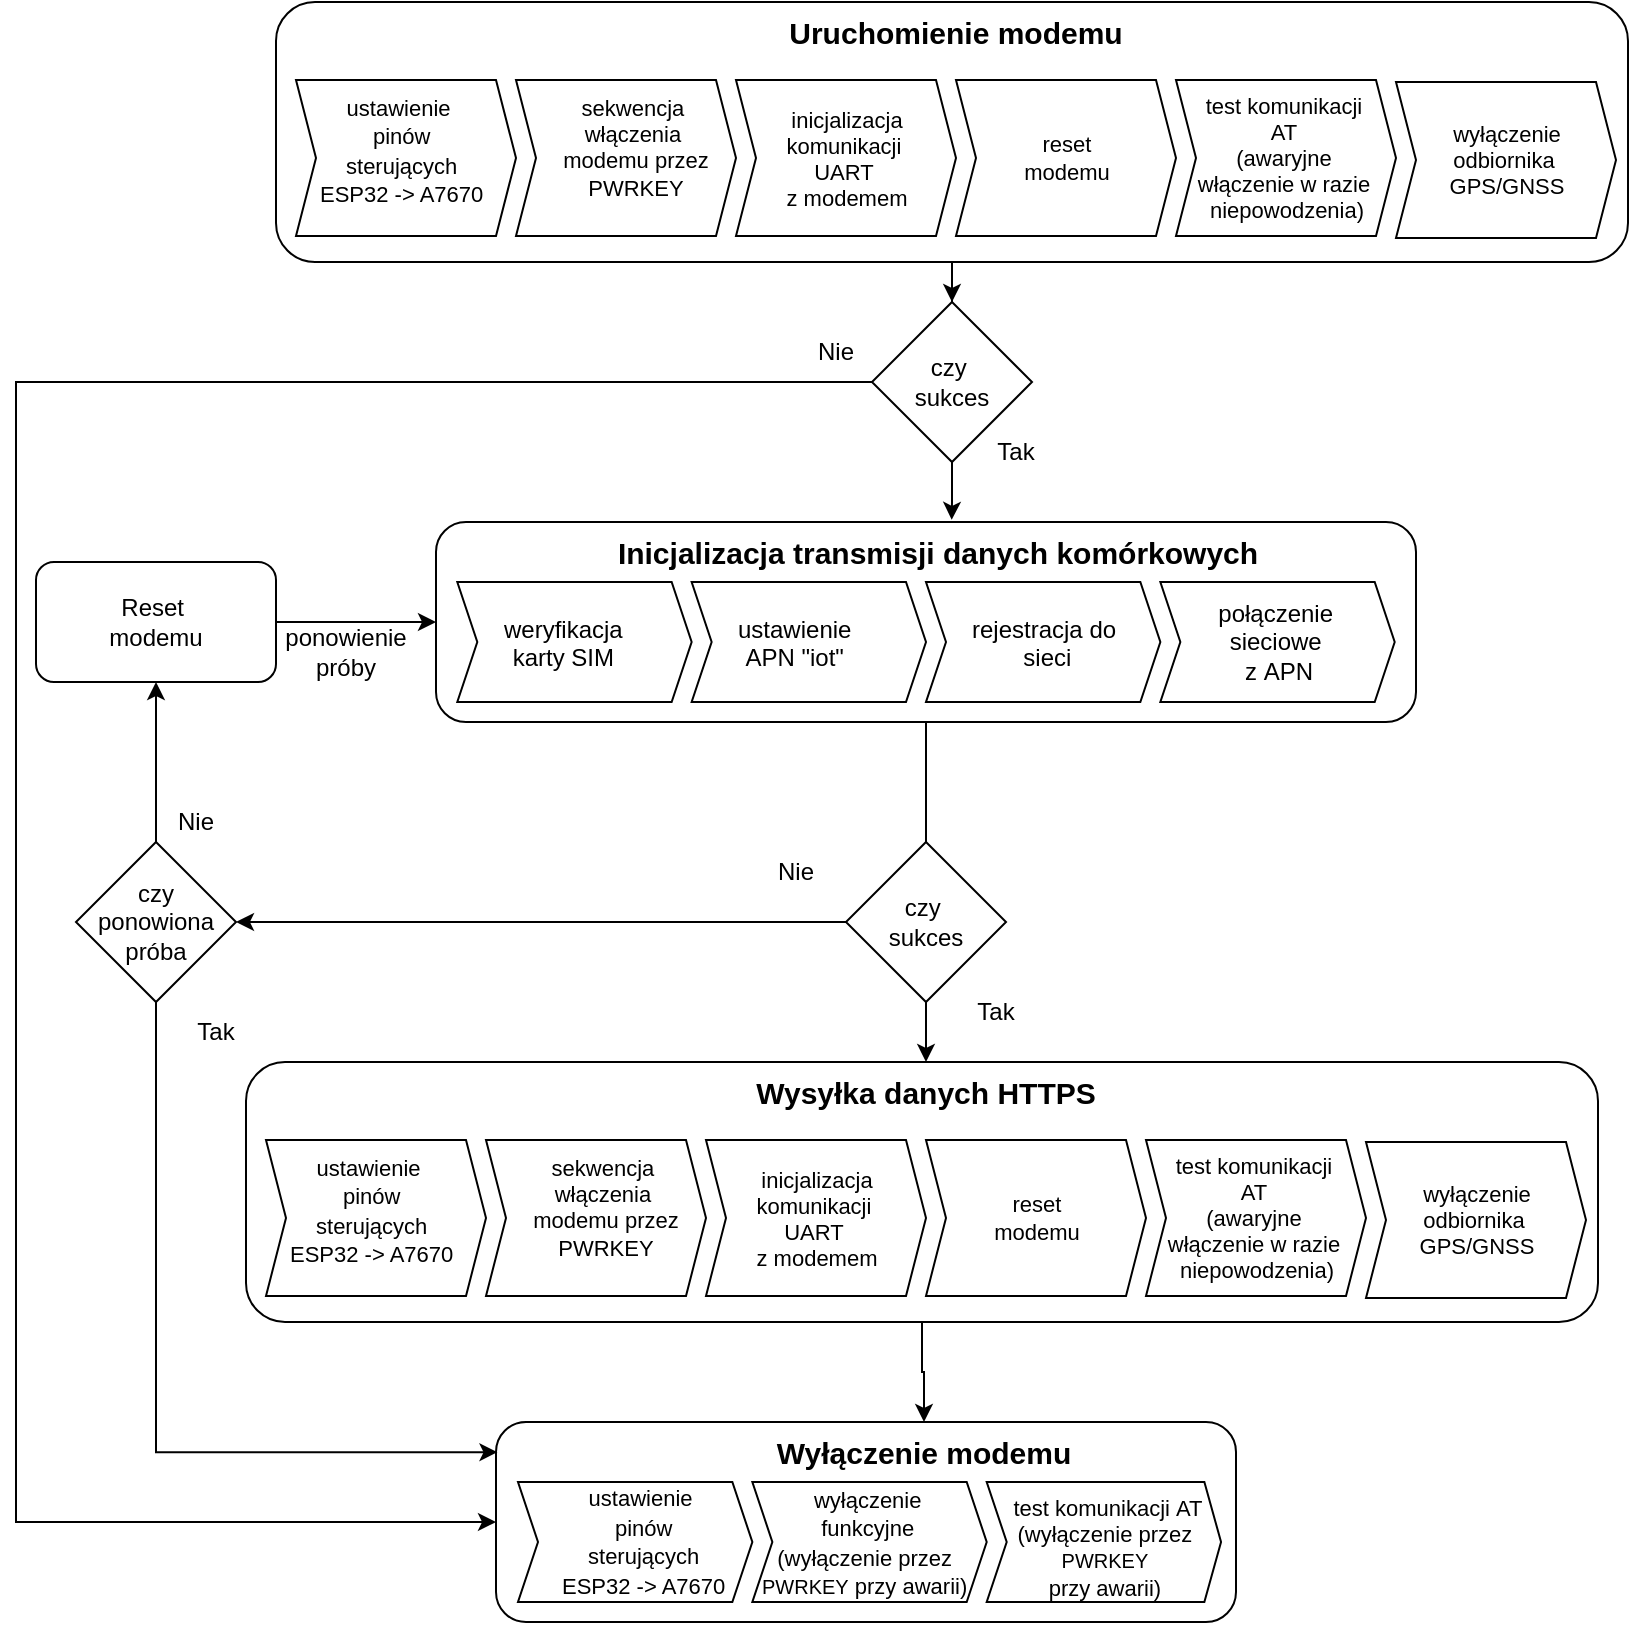
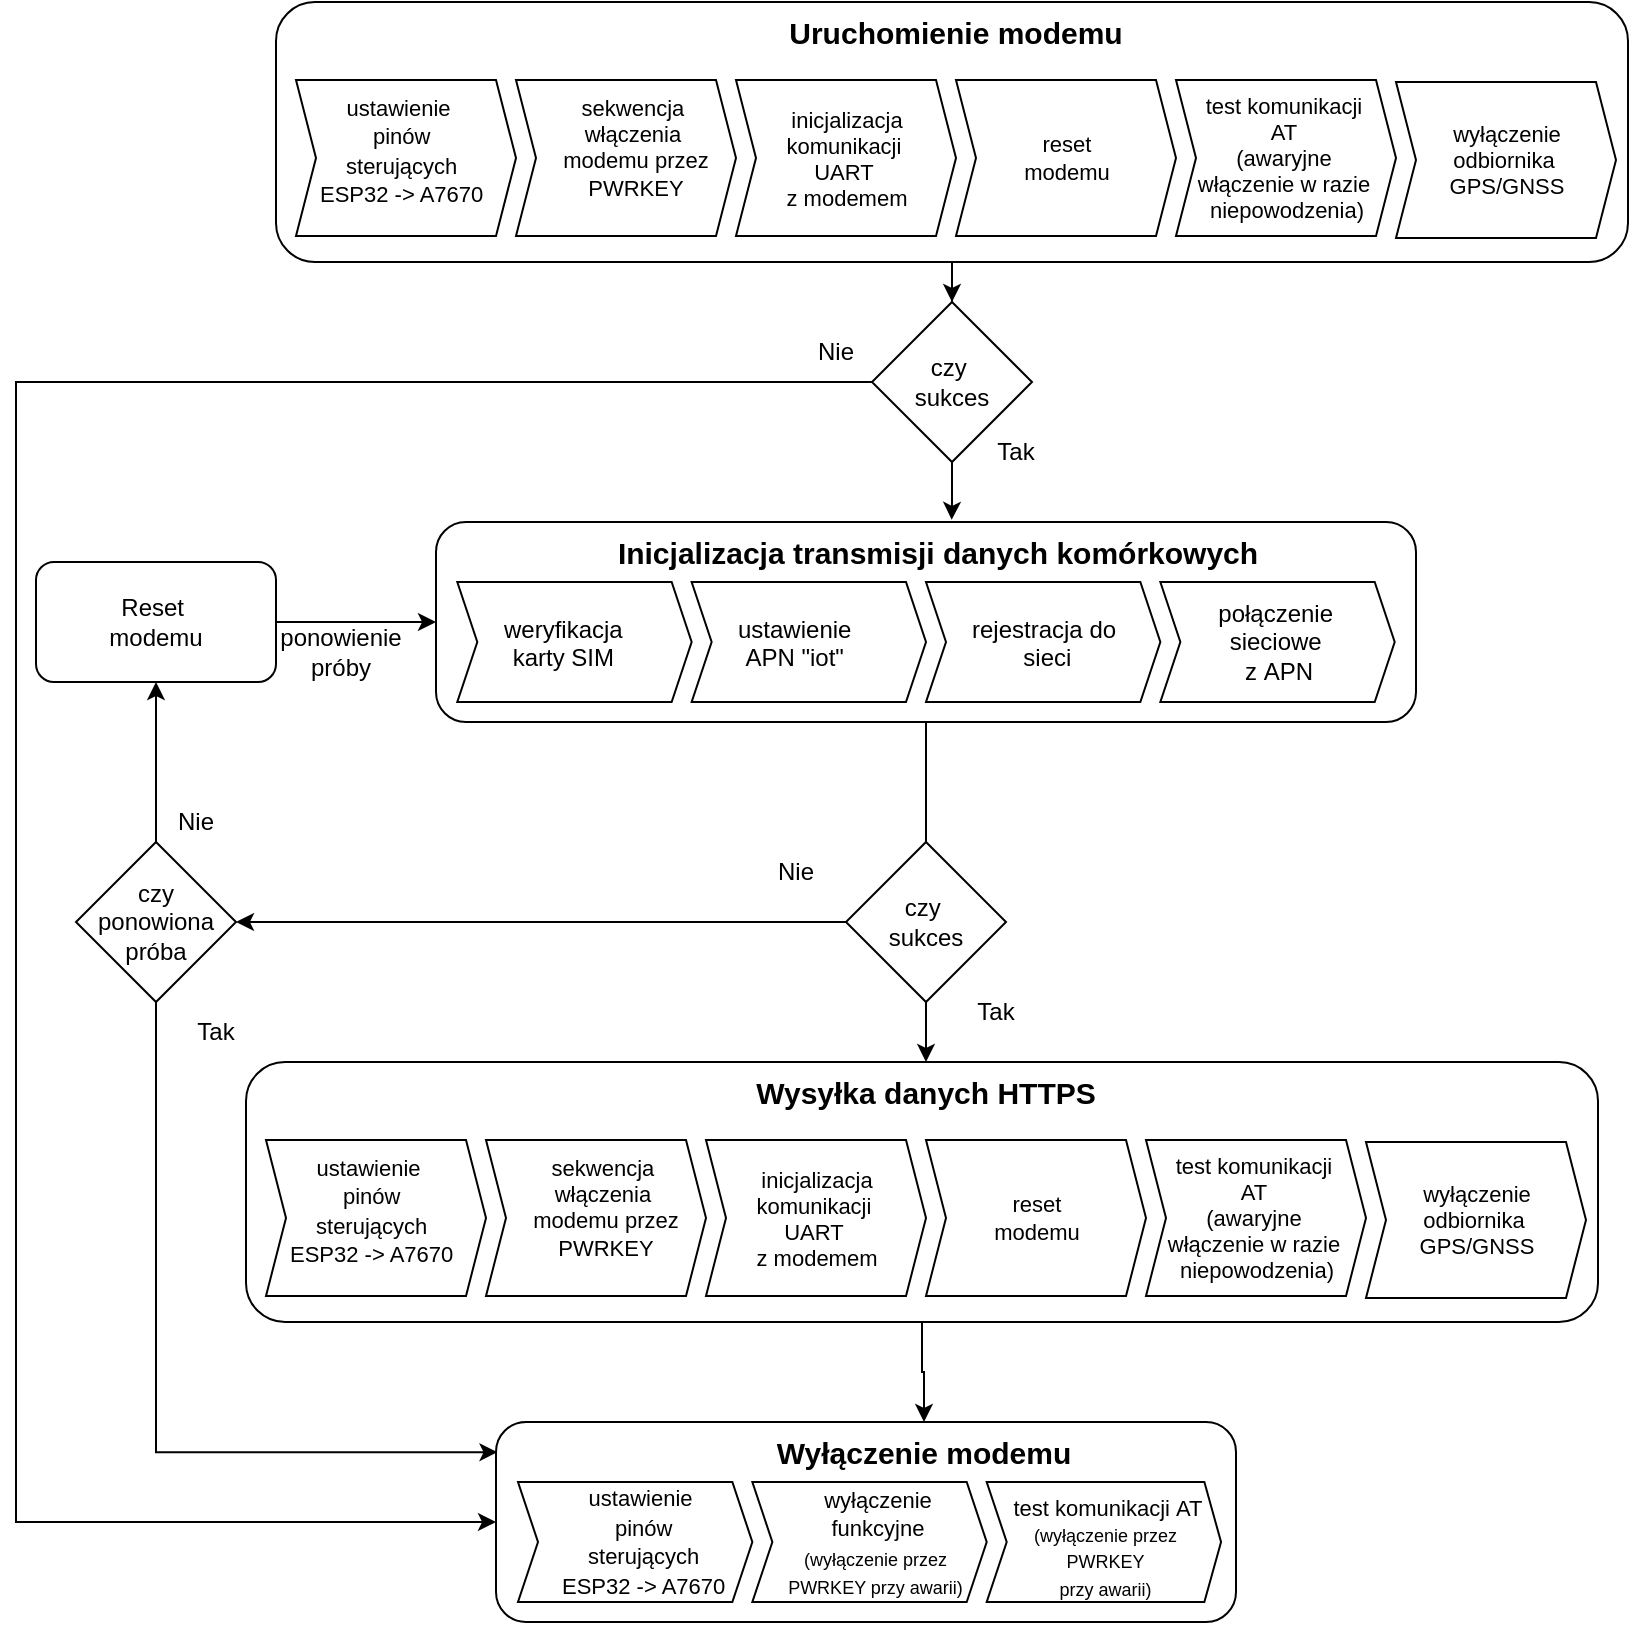
<mxfile host="app.diagrams.net">
  <diagram name="Strona-1" id="qUiWrLwNQSNPpPlMcjFA">
-     <mxGraphModel dx="831" dy="1979" grid="1" gridSize="10" guides="1" tooltips="1" connect="1" arrows="1" fold="1" page="1" pageScale="1" pageWidth="827" pageHeight="1169" math="0" shadow="0">
+     <mxGraphModel dx="578" dy="1732" grid="1" gridSize="10" guides="1" tooltips="1" connect="1" arrows="1" fold="1" page="1" pageScale="1" pageWidth="827" pageHeight="1169" math="0" shadow="0">
      <root>
        <mxCell id="0" />
        <mxCell id="1" parent="0" />
        <mxCell id="zzqq1YDTvUKB0URQ00NY-44" connectable="0" parent="1" style="group" value="" vertex="1">
          <mxGeometry height="100" width="490.6521739130435" x="650" y="110" as="geometry" />
        </mxCell>
        <mxCell id="zzqq1YDTvUKB0URQ00NY-41" parent="zzqq1YDTvUKB0URQ00NY-44" style="rounded=1;whiteSpace=wrap;html=1;fillColor=none;" value="" vertex="1">
          <mxGeometry height="100" width="490.0000000000001" as="geometry" />
        </mxCell>
        <mxCell id="zzqq1YDTvUKB0URQ00NY-43" connectable="0" parent="zzqq1YDTvUKB0URQ00NY-44" style="group" value="" vertex="1">
          <mxGeometry height="90" width="480" x="10.65217391304348" as="geometry" />
        </mxCell>
        <mxCell id="zzqq1YDTvUKB0URQ00NY-32" parent="zzqq1YDTvUKB0URQ00NY-43" style="html=1;shadow=0;dashed=0;align=center;verticalAlign=middle;shape=mxgraph.arrows2.arrow;dy=0;dx=10;notch=10;" value="" vertex="1">
          <mxGeometry height="60" width="117.17391304347828" y="30" as="geometry" />
        </mxCell>
        <mxCell id="zzqq1YDTvUKB0URQ00NY-34" parent="zzqq1YDTvUKB0URQ00NY-43" style="text;whiteSpace=wrap;html=1;" value="&lt;span style=&quot;caret-color: rgb(0, 0, 0); color: rgb(0, 0, 0); font-family: Helvetica; font-size: 12.000001px; font-style: normal; font-variant-caps: normal; font-weight: 400; letter-spacing: normal; orphans: 2; text-align: center; text-indent: 0px; text-transform: none; white-space: nowrap; widows: 2; word-spacing: 0px; -webkit-text-stroke-width: 0px; text-decoration-line: none; text-decoration-thickness: auto; text-decoration-style: solid;&quot;&gt;weryfikacja&lt;/span&gt;&lt;div style=&quot;caret-color: rgb(0, 0, 0); color: rgb(0, 0, 0); font-family: Helvetica; font-size: 12.000001px; font-style: normal; font-variant-caps: normal; font-weight: 400; letter-spacing: normal; orphans: 2; text-align: center; text-indent: 0px; text-transform: none; white-space: nowrap; widows: 2; word-spacing: 0px; -webkit-text-stroke-width: 0px; text-decoration-line: none; text-decoration-thickness: auto; text-decoration-style: solid;&quot;&gt;karty SIM&lt;/div&gt;" vertex="1">
          <mxGeometry height="50" width="95.86956521739131" x="21.30434782608696" y="40" as="geometry" />
        </mxCell>
        <mxCell id="zzqq1YDTvUKB0URQ00NY-35" parent="zzqq1YDTvUKB0URQ00NY-43" style="html=1;shadow=0;dashed=0;align=center;verticalAlign=middle;shape=mxgraph.arrows2.arrow;dy=0;dx=10;notch=10;" value="" vertex="1">
          <mxGeometry height="60" width="117.17391304347828" x="117.17391304347828" y="30" as="geometry" />
        </mxCell>
        <mxCell id="zzqq1YDTvUKB0URQ00NY-36" parent="zzqq1YDTvUKB0URQ00NY-43" style="text;whiteSpace=wrap;html=1;" value="&lt;div style=&quot;text-align: center;&quot;&gt;&lt;span style=&quot;font-size: 12px; caret-color: rgb(0, 0, 0); text-wrap-mode: nowrap;&quot;&gt;&lt;font color=&quot;#000000&quot;&gt;ustawienie&lt;/font&gt;&lt;/span&gt;&lt;/div&gt;&lt;div style=&quot;text-align: center;&quot;&gt;&lt;span style=&quot;font-size: 12px; caret-color: rgb(0, 0, 0); text-wrap-mode: nowrap;&quot;&gt;&lt;font color=&quot;#000000&quot;&gt;APN&amp;nbsp;&lt;/font&gt;&lt;/span&gt;&lt;span style=&quot;font-size: 12px; white-space: nowrap;&quot;&gt;&quot;iot&quot;&lt;/span&gt;&lt;/div&gt;" vertex="1">
          <mxGeometry height="50" width="95.86956521739131" x="138.47826086956525" y="40" as="geometry" />
        </mxCell>
        <mxCell id="zzqq1YDTvUKB0URQ00NY-37" parent="zzqq1YDTvUKB0URQ00NY-43" style="html=1;shadow=0;dashed=0;align=center;verticalAlign=middle;shape=mxgraph.arrows2.arrow;dy=0;dx=10;notch=10;" value="" vertex="1">
          <mxGeometry height="60" width="117.17391304347828" x="234.34782608695656" y="30" as="geometry" />
        </mxCell>
        <mxCell id="zzqq1YDTvUKB0URQ00NY-38" parent="zzqq1YDTvUKB0URQ00NY-43" style="text;whiteSpace=wrap;html=1;" value="&lt;div style=&quot;text-align: center;&quot;&gt;&lt;span style=&quot;caret-color: rgb(0, 0, 0); text-wrap-mode: nowrap;&quot;&gt;rejestracja do&amp;nbsp;&lt;/span&gt;&lt;/div&gt;&lt;div style=&quot;text-align: center;&quot;&gt;&lt;span style=&quot;caret-color: rgb(0, 0, 0); text-wrap-mode: nowrap;&quot;&gt;sieci&lt;/span&gt;&lt;/div&gt;" vertex="1">
          <mxGeometry height="50" width="95.86956521739131" x="255.6521739130435" y="40" as="geometry" />
        </mxCell>
        <mxCell id="zzqq1YDTvUKB0URQ00NY-39" parent="zzqq1YDTvUKB0URQ00NY-43" style="html=1;shadow=0;dashed=0;align=center;verticalAlign=middle;shape=mxgraph.arrows2.arrow;dy=0;dx=10;notch=10;" value="połączenie&amp;nbsp;&lt;div&gt;sieciowe&amp;nbsp;&lt;/div&gt;&lt;div&gt;z&amp;nbsp;&lt;span style=&quot;font-size: 12px;&quot;&gt;APN&lt;/span&gt;&lt;/div&gt;" vertex="1">
          <mxGeometry height="60" width="117.17391304347828" x="351.52173913043487" y="30" as="geometry" />
        </mxCell>
        <mxCell id="zzqq1YDTvUKB0URQ00NY-42" parent="zzqq1YDTvUKB0URQ00NY-43" style="text;whiteSpace=wrap;html=1;align=center;" value="&lt;div style=&quot;&quot;&gt;&lt;span style=&quot;&quot;&gt;&lt;b&gt;&lt;font style=&quot;font-size: 15px;&quot;&gt;Inicjalizacja transmisji danych komórkowych&lt;/font&gt;&lt;/b&gt;&lt;/span&gt;&lt;br&gt;&lt;/div&gt;" vertex="1">
          <mxGeometry height="50" width="480" as="geometry" />
        </mxCell>
        <mxCell id="zzqq1YDTvUKB0URQ00NY-64" connectable="0" parent="1" style="group" value="" vertex="1">
          <mxGeometry height="130" width="680" x="570" y="-150" as="geometry" />
        </mxCell>
        <mxCell id="zzqq1YDTvUKB0URQ00NY-47" parent="zzqq1YDTvUKB0URQ00NY-64" style="rounded=1;whiteSpace=wrap;html=1;fillColor=none;" value="" vertex="1">
          <mxGeometry height="130" width="676" as="geometry" />
        </mxCell>
        <mxCell id="zzqq1YDTvUKB0URQ00NY-63" connectable="0" parent="zzqq1YDTvUKB0URQ00NY-64" style="group" value="" vertex="1">
          <mxGeometry height="118" width="670" x="10" as="geometry" />
        </mxCell>
        <mxCell id="zzqq1YDTvUKB0URQ00NY-48" connectable="0" parent="zzqq1YDTvUKB0URQ00NY-63" style="group" value="" vertex="1">
          <mxGeometry height="117" width="670" as="geometry" />
        </mxCell>
        <mxCell id="zzqq1YDTvUKB0URQ00NY-49" parent="zzqq1YDTvUKB0URQ00NY-48" style="html=1;shadow=0;dashed=0;align=center;verticalAlign=middle;shape=mxgraph.arrows2.arrow;dy=0;dx=10;notch=10;" value="" vertex="1">
          <mxGeometry height="78" width="110" y="39" as="geometry" />
        </mxCell>
        <mxCell id="zzqq1YDTvUKB0URQ00NY-51" parent="zzqq1YDTvUKB0URQ00NY-48" style="html=1;shadow=0;dashed=0;align=center;verticalAlign=middle;shape=mxgraph.arrows2.arrow;dy=0;dx=10;notch=10;" value="" vertex="1">
          <mxGeometry height="78" width="110" x="110" y="39" as="geometry" />
        </mxCell>
        <mxCell id="zzqq1YDTvUKB0URQ00NY-52" parent="zzqq1YDTvUKB0URQ00NY-48" style="text;whiteSpace=wrap;html=1;fontSize=11;align=center;" value="&lt;div style=&quot;&quot;&gt;&lt;span style=&quot;caret-color: rgb(0, 0, 0); text-wrap-mode: nowrap;&quot;&gt;sekwencja&amp;nbsp;&lt;/span&gt;&lt;/div&gt;&lt;div style=&quot;&quot;&gt;&lt;span style=&quot;caret-color: rgb(0, 0, 0); text-wrap-mode: nowrap;&quot;&gt;włączenia&amp;nbsp;&lt;/span&gt;&lt;/div&gt;&lt;div style=&quot;&quot;&gt;&lt;span style=&quot;caret-color: rgb(0, 0, 0); text-wrap-mode: nowrap;&quot;&gt;modemu przez&lt;/span&gt;&lt;/div&gt;&lt;div style=&quot;&quot;&gt;&lt;span style=&quot;caret-color: rgb(0, 0, 0); text-wrap-mode: nowrap;&quot;&gt;PWRKEY&lt;/span&gt;&lt;/div&gt;&lt;div style=&quot;&quot;&gt;&lt;span style=&quot;caret-color: rgb(0, 0, 0); text-wrap-mode: nowrap;&quot;&gt;&lt;br&gt;&lt;/span&gt;&lt;/div&gt;&lt;div style=&quot;&quot;&gt;&lt;br&gt;&lt;/div&gt;" vertex="1">
          <mxGeometry height="77" width="120" x="110" y="40" as="geometry" />
        </mxCell>
        <mxCell id="zzqq1YDTvUKB0URQ00NY-53" parent="zzqq1YDTvUKB0URQ00NY-48" style="html=1;shadow=0;dashed=0;align=center;verticalAlign=middle;shape=mxgraph.arrows2.arrow;dy=0;dx=10;notch=10;" value="&lt;span style=&quot;font-size: 11px; float: none; display: inline !important; caret-color: rgb(0, 0, 0); color: rgb(0, 0, 0); text-decoration-color: currentcolor;&quot;&gt;inicjalizacja&lt;/span&gt;&lt;div style=&quot;font-size: 11px; white-space: normal; caret-color: rgb(0, 0, 0); color: rgb(0, 0, 0);&quot;&gt;&lt;span style=&quot;text-wrap-mode: nowrap;&quot;&gt;komunikacji&amp;nbsp;&lt;/span&gt;&lt;/div&gt;&lt;div style=&quot;font-size: 11px; white-space: normal; caret-color: rgb(0, 0, 0); color: rgb(0, 0, 0);&quot;&gt;&lt;span style=&quot;text-wrap-mode: nowrap;&quot;&gt;UART&amp;nbsp;&lt;/span&gt;&lt;/div&gt;&lt;div style=&quot;font-size: 11px; white-space: normal; caret-color: rgb(0, 0, 0); color: rgb(0, 0, 0);&quot;&gt;&lt;span style=&quot;text-wrap-mode: nowrap;&quot;&gt;z modemem&lt;/span&gt;&lt;/div&gt;" vertex="1">
          <mxGeometry height="78" width="110" x="220" y="39" as="geometry" />
        </mxCell>
        <mxCell id="zzqq1YDTvUKB0URQ00NY-55" parent="zzqq1YDTvUKB0URQ00NY-48" style="html=1;shadow=0;dashed=0;align=center;verticalAlign=middle;shape=mxgraph.arrows2.arrow;dy=0;dx=10;notch=10;fontSize=11;labelBackgroundColor=none;" value="reset&lt;div&gt;modemu&lt;/div&gt;" vertex="1">
          <mxGeometry height="78" width="110" x="330" y="39" as="geometry" />
        </mxCell>
        <mxCell id="zzqq1YDTvUKB0URQ00NY-56" parent="zzqq1YDTvUKB0URQ00NY-48" style="text;whiteSpace=wrap;html=1;align=center;" value="&lt;div style=&quot;&quot;&gt;&lt;b&gt;&lt;font style=&quot;font-size: 15px;&quot;&gt;Uruchomienie modemu&lt;/font&gt;&lt;/b&gt;&lt;/div&gt;" vertex="1">
          <mxGeometry height="65" width="680" x="-10" as="geometry" />
        </mxCell>
        <mxCell id="zzqq1YDTvUKB0URQ00NY-50" parent="zzqq1YDTvUKB0URQ00NY-48" style="text;whiteSpace=wrap;html=1;" value="&lt;div style=&quot;text-align: center;&quot;&gt;&lt;span style=&quot;text-wrap-mode: nowrap;&quot;&gt;&lt;font style=&quot;font-size: 11px;&quot;&gt;ustawienie&amp;nbsp;&lt;/font&gt;&lt;/span&gt;&lt;/div&gt;&lt;div style=&quot;text-align: center;&quot;&gt;&lt;span style=&quot;text-wrap-mode: nowrap;&quot;&gt;&lt;font style=&quot;font-size: 11px;&quot;&gt;pinów&lt;/font&gt;&lt;/span&gt;&lt;/div&gt;&lt;div style=&quot;text-align: center;&quot;&gt;&lt;span style=&quot;text-wrap-mode: nowrap;&quot;&gt;&lt;font style=&quot;font-size: 11px;&quot;&gt;&amp;nbsp;sterujących&amp;nbsp;&lt;/font&gt;&lt;/span&gt;&lt;/div&gt;&lt;div style=&quot;text-align: center;&quot;&gt;&lt;span style=&quot;font-size: 11px; text-wrap-mode: nowrap;&quot;&gt;ESP32 -&amp;gt; A7670&lt;/span&gt;&lt;/div&gt;&lt;div style=&quot;text-align: center;&quot;&gt;&lt;span style=&quot;text-wrap-mode: nowrap;&quot;&gt;&lt;br&gt;&lt;/span&gt;&lt;/div&gt;" vertex="1">
          <mxGeometry height="65" width="90" x="10" y="39" as="geometry" />
        </mxCell>
        <mxCell id="zzqq1YDTvUKB0URQ00NY-58" parent="zzqq1YDTvUKB0URQ00NY-63" style="html=1;shadow=0;dashed=0;align=center;verticalAlign=middle;shape=mxgraph.arrows2.arrow;dy=0;dx=10;notch=10;fontSize=11;" value="test komunikacji&amp;nbsp;&lt;div&gt;AT&amp;nbsp;&lt;div&gt;(awaryjne&amp;nbsp;&lt;/div&gt;&lt;div&gt;włączenie w razie&amp;nbsp;&lt;/div&gt;&lt;div&gt;niepowodzenia)&lt;/div&gt;&lt;/div&gt;" vertex="1">
          <mxGeometry height="78" width="110" x="440" y="39" as="geometry" />
        </mxCell>
        <mxCell id="zzqq1YDTvUKB0URQ00NY-59" parent="zzqq1YDTvUKB0URQ00NY-63" style="html=1;shadow=0;dashed=0;align=center;verticalAlign=middle;shape=mxgraph.arrows2.arrow;dy=0;dx=10;notch=10;fontSize=11;" value="wyłączenie&lt;div&gt;odbiornika&amp;nbsp;&lt;/div&gt;&lt;div&gt;GPS/GNSS&lt;/div&gt;" vertex="1">
          <mxGeometry height="78" width="110" x="550" y="40" as="geometry" />
        </mxCell>
        <mxCell id="zzqq1YDTvUKB0URQ00NY-69" edge="1" parent="1" source="zzqq1YDTvUKB0URQ00NY-65" style="edgeStyle=orthogonalEdgeStyle;rounded=0;orthogonalLoop=1;jettySize=auto;html=1;fontSize=13;entryX=0.515;entryY=-0.022;entryDx=0;entryDy=0;entryPerimeter=0;" target="zzqq1YDTvUKB0URQ00NY-42" value="">
          <mxGeometry relative="1" as="geometry" />
        </mxCell>
        <mxCell id="zzqq1YDTvUKB0URQ00NY-126" edge="1" parent="1" source="zzqq1YDTvUKB0URQ00NY-65" style="edgeStyle=orthogonalEdgeStyle;rounded=0;orthogonalLoop=1;jettySize=auto;html=1;entryX=0;entryY=0.5;entryDx=0;entryDy=0;" target="zzqq1YDTvUKB0URQ00NY-73">
          <mxGeometry relative="1" as="geometry">
            <Array as="points">
              <mxPoint x="440" y="40" />
              <mxPoint x="440" y="610" />
            </Array>
            <mxPoint x="430" y="730" as="targetPoint" />
          </mxGeometry>
        </mxCell>
        <mxCell id="zzqq1YDTvUKB0URQ00NY-65" parent="1" style="rhombus;whiteSpace=wrap;html=1;" value="czy&amp;nbsp;&lt;div&gt;sukces&lt;/div&gt;" vertex="1">
          <mxGeometry height="80" width="80" x="868" as="geometry" />
        </mxCell>
        <mxCell id="zzqq1YDTvUKB0URQ00NY-66" parent="1" style="text;html=1;whiteSpace=wrap;strokeColor=none;fillColor=none;align=center;verticalAlign=middle;rounded=0;" value="Nie" vertex="1">
          <mxGeometry height="30" width="60" x="820" y="10" as="geometry" />
        </mxCell>
        <mxCell id="zzqq1YDTvUKB0URQ00NY-94" parent="1" style="text;html=1;whiteSpace=wrap;strokeColor=none;fillColor=none;align=center;verticalAlign=middle;rounded=0;" value="Tak" vertex="1">
          <mxGeometry height="30" width="60" x="910" y="60" as="geometry" />
        </mxCell>
        <mxCell id="zzqq1YDTvUKB0URQ00NY-95" connectable="0" parent="1" style="group" value="" vertex="1">
          <mxGeometry height="130" width="680" x="555" y="380" as="geometry" />
        </mxCell>
        <mxCell id="zzqq1YDTvUKB0URQ00NY-96" parent="zzqq1YDTvUKB0URQ00NY-95" style="rounded=1;whiteSpace=wrap;html=1;fillColor=none;" value="" vertex="1">
          <mxGeometry height="130" width="676" as="geometry" />
        </mxCell>
        <mxCell id="zzqq1YDTvUKB0URQ00NY-97" connectable="0" parent="zzqq1YDTvUKB0URQ00NY-95" style="group" value="" vertex="1">
          <mxGeometry height="118" width="670" x="10" as="geometry" />
        </mxCell>
        <mxCell id="zzqq1YDTvUKB0URQ00NY-98" connectable="0" parent="zzqq1YDTvUKB0URQ00NY-97" style="group" value="" vertex="1">
          <mxGeometry height="117" width="670" as="geometry" />
        </mxCell>
        <mxCell id="zzqq1YDTvUKB0URQ00NY-99" parent="zzqq1YDTvUKB0URQ00NY-98" style="html=1;shadow=0;dashed=0;align=center;verticalAlign=middle;shape=mxgraph.arrows2.arrow;dy=0;dx=10;notch=10;" value="" vertex="1">
          <mxGeometry height="78" width="110" y="39" as="geometry" />
        </mxCell>
        <mxCell id="zzqq1YDTvUKB0URQ00NY-100" parent="zzqq1YDTvUKB0URQ00NY-98" style="html=1;shadow=0;dashed=0;align=center;verticalAlign=middle;shape=mxgraph.arrows2.arrow;dy=0;dx=10;notch=10;" value="" vertex="1">
          <mxGeometry height="78" width="110" x="110" y="39" as="geometry" />
        </mxCell>
        <mxCell id="zzqq1YDTvUKB0URQ00NY-101" parent="zzqq1YDTvUKB0URQ00NY-98" style="text;whiteSpace=wrap;html=1;fontSize=11;align=center;" value="&lt;div style=&quot;&quot;&gt;&lt;span style=&quot;caret-color: rgb(0, 0, 0); text-wrap-mode: nowrap;&quot;&gt;sekwencja&amp;nbsp;&lt;/span&gt;&lt;/div&gt;&lt;div style=&quot;&quot;&gt;&lt;span style=&quot;caret-color: rgb(0, 0, 0); text-wrap-mode: nowrap;&quot;&gt;włączenia&amp;nbsp;&lt;/span&gt;&lt;/div&gt;&lt;div style=&quot;&quot;&gt;&lt;span style=&quot;caret-color: rgb(0, 0, 0); text-wrap-mode: nowrap;&quot;&gt;modemu przez&lt;/span&gt;&lt;/div&gt;&lt;div style=&quot;&quot;&gt;&lt;span style=&quot;caret-color: rgb(0, 0, 0); text-wrap-mode: nowrap;&quot;&gt;PWRKEY&lt;/span&gt;&lt;/div&gt;&lt;div style=&quot;&quot;&gt;&lt;span style=&quot;caret-color: rgb(0, 0, 0); text-wrap-mode: nowrap;&quot;&gt;&lt;br&gt;&lt;/span&gt;&lt;/div&gt;&lt;div style=&quot;&quot;&gt;&lt;br&gt;&lt;/div&gt;" vertex="1">
          <mxGeometry height="77" width="120" x="110" y="40" as="geometry" />
        </mxCell>
        <mxCell id="zzqq1YDTvUKB0URQ00NY-102" parent="zzqq1YDTvUKB0URQ00NY-98" style="html=1;shadow=0;dashed=0;align=center;verticalAlign=middle;shape=mxgraph.arrows2.arrow;dy=0;dx=10;notch=10;" value="&lt;span style=&quot;font-size: 11px; float: none; display: inline !important; caret-color: rgb(0, 0, 0); color: rgb(0, 0, 0); text-decoration-color: currentcolor;&quot;&gt;inicjalizacja&lt;/span&gt;&lt;div style=&quot;font-size: 11px; white-space: normal; caret-color: rgb(0, 0, 0); color: rgb(0, 0, 0);&quot;&gt;&lt;span style=&quot;text-wrap-mode: nowrap;&quot;&gt;komunikacji&amp;nbsp;&lt;/span&gt;&lt;/div&gt;&lt;div style=&quot;font-size: 11px; white-space: normal; caret-color: rgb(0, 0, 0); color: rgb(0, 0, 0);&quot;&gt;&lt;span style=&quot;text-wrap-mode: nowrap;&quot;&gt;UART&amp;nbsp;&lt;/span&gt;&lt;/div&gt;&lt;div style=&quot;font-size: 11px; white-space: normal; caret-color: rgb(0, 0, 0); color: rgb(0, 0, 0);&quot;&gt;&lt;span style=&quot;text-wrap-mode: nowrap;&quot;&gt;z modemem&lt;/span&gt;&lt;/div&gt;" vertex="1">
          <mxGeometry height="78" width="110" x="220" y="39" as="geometry" />
        </mxCell>
        <mxCell id="zzqq1YDTvUKB0URQ00NY-103" parent="zzqq1YDTvUKB0URQ00NY-98" style="html=1;shadow=0;dashed=0;align=center;verticalAlign=middle;shape=mxgraph.arrows2.arrow;dy=0;dx=10;notch=10;fontSize=11;labelBackgroundColor=none;" value="reset&lt;div&gt;modemu&lt;/div&gt;" vertex="1">
          <mxGeometry height="78" width="110" x="330" y="39" as="geometry" />
        </mxCell>
        <mxCell id="zzqq1YDTvUKB0URQ00NY-104" parent="zzqq1YDTvUKB0URQ00NY-98" style="text;whiteSpace=wrap;html=1;align=center;" value="&lt;div style=&quot;&quot;&gt;&lt;b&gt;&lt;font style=&quot;font-size: 15px;&quot;&gt;Wysyłka danych HTTPS&lt;/font&gt;&lt;/b&gt;&lt;/div&gt;" vertex="1">
          <mxGeometry height="65" width="680" x="-10" as="geometry" />
        </mxCell>
        <mxCell id="zzqq1YDTvUKB0URQ00NY-105" parent="zzqq1YDTvUKB0URQ00NY-98" style="text;whiteSpace=wrap;html=1;" value="&lt;div style=&quot;text-align: center;&quot;&gt;&lt;span style=&quot;text-wrap-mode: nowrap;&quot;&gt;&lt;font style=&quot;font-size: 11px;&quot;&gt;ustawienie&amp;nbsp;&lt;/font&gt;&lt;/span&gt;&lt;/div&gt;&lt;div style=&quot;text-align: center;&quot;&gt;&lt;span style=&quot;text-wrap-mode: nowrap;&quot;&gt;&lt;font style=&quot;font-size: 11px;&quot;&gt;pinów&lt;/font&gt;&lt;/span&gt;&lt;/div&gt;&lt;div style=&quot;text-align: center;&quot;&gt;&lt;span style=&quot;text-wrap-mode: nowrap;&quot;&gt;&lt;font style=&quot;font-size: 11px;&quot;&gt;&amp;nbsp;sterujących&amp;nbsp;&lt;/font&gt;&lt;/span&gt;&lt;/div&gt;&lt;div style=&quot;text-align: center;&quot;&gt;&lt;span style=&quot;font-size: 11px; text-wrap-mode: nowrap;&quot;&gt;ESP32 -&amp;gt; A7670&lt;/span&gt;&lt;/div&gt;&lt;div style=&quot;text-align: center;&quot;&gt;&lt;span style=&quot;text-wrap-mode: nowrap;&quot;&gt;&lt;br&gt;&lt;/span&gt;&lt;/div&gt;" vertex="1">
          <mxGeometry height="65" width="90" x="10" y="39" as="geometry" />
        </mxCell>
        <mxCell id="zzqq1YDTvUKB0URQ00NY-106" parent="zzqq1YDTvUKB0URQ00NY-97" style="html=1;shadow=0;dashed=0;align=center;verticalAlign=middle;shape=mxgraph.arrows2.arrow;dy=0;dx=10;notch=10;fontSize=11;" value="test komunikacji&amp;nbsp;&lt;div&gt;AT&amp;nbsp;&lt;div&gt;(awaryjne&amp;nbsp;&lt;/div&gt;&lt;div&gt;włączenie w razie&amp;nbsp;&lt;/div&gt;&lt;div&gt;niepowodzenia)&lt;/div&gt;&lt;/div&gt;" vertex="1">
          <mxGeometry height="78" width="110" x="440" y="39" as="geometry" />
        </mxCell>
        <mxCell id="zzqq1YDTvUKB0URQ00NY-107" parent="zzqq1YDTvUKB0URQ00NY-97" style="html=1;shadow=0;dashed=0;align=center;verticalAlign=middle;shape=mxgraph.arrows2.arrow;dy=0;dx=10;notch=10;fontSize=11;" value="wyłączenie&lt;div&gt;odbiornika&amp;nbsp;&lt;/div&gt;&lt;div&gt;GPS/GNSS&lt;/div&gt;" vertex="1">
          <mxGeometry height="78" width="110" x="550" y="40" as="geometry" />
        </mxCell>
        <mxCell id="zzqq1YDTvUKB0URQ00NY-108" edge="1" parent="1" source="zzqq1YDTvUKB0URQ00NY-41" style="edgeStyle=orthogonalEdgeStyle;rounded=0;orthogonalLoop=1;jettySize=auto;html=1;entryX=0.5;entryY=0;entryDx=0;entryDy=0;exitX=0.5;exitY=1;exitDx=0;exitDy=0;" target="zzqq1YDTvUKB0URQ00NY-104">
          <mxGeometry relative="1" as="geometry" />
        </mxCell>
        <mxCell id="zzqq1YDTvUKB0URQ00NY-119" edge="1" parent="1" source="zzqq1YDTvUKB0URQ00NY-109" style="edgeStyle=orthogonalEdgeStyle;rounded=0;orthogonalLoop=1;jettySize=auto;html=1;" target="zzqq1YDTvUKB0URQ00NY-115">
          <mxGeometry relative="1" as="geometry" />
        </mxCell>
        <mxCell id="zzqq1YDTvUKB0URQ00NY-109" parent="1" style="rhombus;whiteSpace=wrap;html=1;" value="czy&amp;nbsp;&lt;div&gt;sukces&lt;/div&gt;" vertex="1">
          <mxGeometry height="80" width="80" x="855" y="270" as="geometry" />
        </mxCell>
        <mxCell id="zzqq1YDTvUKB0URQ00NY-110" parent="1" style="text;html=1;whiteSpace=wrap;strokeColor=none;fillColor=none;align=center;verticalAlign=middle;rounded=0;" value="Tak" vertex="1">
          <mxGeometry height="30" width="60" x="900" y="340" as="geometry" />
        </mxCell>
        <mxCell id="zzqq1YDTvUKB0URQ00NY-111" parent="1" style="text;html=1;whiteSpace=wrap;strokeColor=none;fillColor=none;align=center;verticalAlign=middle;rounded=0;" value="Nie" vertex="1">
          <mxGeometry height="30" width="60" x="800" y="270" as="geometry" />
        </mxCell>
        <mxCell id="zzqq1YDTvUKB0URQ00NY-121" edge="1" parent="1" source="zzqq1YDTvUKB0URQ00NY-113" style="edgeStyle=orthogonalEdgeStyle;rounded=0;orthogonalLoop=1;jettySize=auto;html=1;entryX=0;entryY=0.5;entryDx=0;entryDy=0;" target="zzqq1YDTvUKB0URQ00NY-41" value="">
          <mxGeometry relative="1" as="geometry" />
        </mxCell>
        <mxCell id="zzqq1YDTvUKB0URQ00NY-113" parent="1" style="rounded=1;whiteSpace=wrap;html=1;" value="Reset&amp;nbsp;&lt;div&gt;modemu&lt;/div&gt;" vertex="1">
          <mxGeometry height="60" width="120" x="450" y="130" as="geometry" />
        </mxCell>
        <mxCell id="zzqq1YDTvUKB0URQ00NY-114" edge="1" parent="1" source="zzqq1YDTvUKB0URQ00NY-115" style="edgeStyle=orthogonalEdgeStyle;rounded=0;orthogonalLoop=1;jettySize=auto;html=1;" target="zzqq1YDTvUKB0URQ00NY-113" value="">
          <mxGeometry relative="1" as="geometry" />
        </mxCell>
        <mxCell id="zzqq1YDTvUKB0URQ00NY-122" edge="1" parent="1" source="zzqq1YDTvUKB0URQ00NY-115" style="edgeStyle=orthogonalEdgeStyle;rounded=0;orthogonalLoop=1;jettySize=auto;html=1;entryX=0.002;entryY=0.151;entryDx=0;entryDy=0;entryPerimeter=0;" target="zzqq1YDTvUKB0URQ00NY-73">
          <mxGeometry relative="1" as="geometry">
            <Array as="points">
              <mxPoint x="510" y="575" />
            </Array>
          </mxGeometry>
        </mxCell>
        <mxCell id="zzqq1YDTvUKB0URQ00NY-115" parent="1" style="rhombus;whiteSpace=wrap;html=1;" value="czy ponowiona próba" vertex="1">
          <mxGeometry height="80" width="80" x="470" y="270" as="geometry" />
        </mxCell>
        <mxCell id="zzqq1YDTvUKB0URQ00NY-116" parent="1" style="text;html=1;whiteSpace=wrap;strokeColor=none;fillColor=none;align=center;verticalAlign=middle;rounded=0;" value="Nie" vertex="1">
          <mxGeometry height="30" width="60" x="500" y="245" as="geometry" />
        </mxCell>
        <mxCell id="zzqq1YDTvUKB0URQ00NY-117" parent="1" style="text;html=1;whiteSpace=wrap;strokeColor=none;fillColor=none;align=center;verticalAlign=middle;rounded=0;" value="Tak" vertex="1">
          <mxGeometry height="30" width="60" x="510" y="350" as="geometry" />
        </mxCell>
        <mxCell id="zzqq1YDTvUKB0URQ00NY-120" parent="1" style="text;html=1;whiteSpace=wrap;strokeColor=none;fillColor=none;align=center;verticalAlign=middle;rounded=0;" value="ponowienie próby" vertex="1">
-           <mxGeometry height="30" width="90" x="560" y="160" as="geometry" />
+           <mxGeometry height="30" width="95" x="555" y="160" as="geometry" />
        </mxCell>
        <mxCell id="zzqq1YDTvUKB0URQ00NY-128" edge="1" parent="1" source="zzqq1YDTvUKB0URQ00NY-47" style="edgeStyle=orthogonalEdgeStyle;rounded=0;orthogonalLoop=1;jettySize=auto;html=1;entryX=0.5;entryY=0;entryDx=0;entryDy=0;" target="zzqq1YDTvUKB0URQ00NY-65">
          <mxGeometry relative="1" as="geometry" />
        </mxCell>
        <mxCell id="zzqq1YDTvUKB0URQ00NY-129" edge="1" parent="1" source="zzqq1YDTvUKB0URQ00NY-96" style="edgeStyle=orthogonalEdgeStyle;rounded=0;orthogonalLoop=1;jettySize=auto;html=1;" target="zzqq1YDTvUKB0URQ00NY-82" value="">
          <mxGeometry relative="1" as="geometry" />
        </mxCell>
        <mxCell id="zzqq1YDTvUKB0URQ00NY-73" parent="1" style="rounded=1;whiteSpace=wrap;html=1;fillColor=none;" value="" vertex="1">
          <mxGeometry height="100" width="370" x="680" y="560" as="geometry" />
        </mxCell>
        <mxCell id="zzqq1YDTvUKB0URQ00NY-133" connectable="0" parent="1" style="group" value="" vertex="1">
          <mxGeometry height="95" width="501.9999999999999" x="659.0021739130435" y="560" as="geometry" />
        </mxCell>
        <mxCell id="zzqq1YDTvUKB0URQ00NY-74" connectable="0" parent="zzqq1YDTvUKB0URQ00NY-133" style="group" value="" vertex="1">
          <mxGeometry height="95" width="470" x="32" as="geometry" />
        </mxCell>
        <mxCell id="zzqq1YDTvUKB0URQ00NY-75" parent="zzqq1YDTvUKB0URQ00NY-74" style="html=1;shadow=0;dashed=0;align=center;verticalAlign=middle;shape=mxgraph.arrows2.arrow;dy=0;dx=10;notch=10;" value="" vertex="1">
          <mxGeometry height="60" width="117.17391304347828" y="30" as="geometry" />
        </mxCell>
        <mxCell id="zzqq1YDTvUKB0URQ00NY-76" parent="zzqq1YDTvUKB0URQ00NY-74" style="text;whiteSpace=wrap;html=1;" value="&lt;div style=&quot;font-size: 12.000001px; text-align: center;&quot;&gt;&lt;span style=&quot;text-wrap-mode: nowrap;&quot;&gt;&lt;font style=&quot;font-size: 11px;&quot;&gt;&lt;br&gt;&lt;/font&gt;&lt;/span&gt;&lt;/div&gt;&lt;div style=&quot;font-size: 12.000001px; text-align: center;&quot;&gt;&lt;span style=&quot;text-wrap-mode: nowrap;&quot;&gt;&lt;font style=&quot;font-size: 11px;&quot;&gt;ustawienie&amp;nbsp;&lt;/font&gt;&lt;/span&gt;&lt;/div&gt;&lt;div style=&quot;font-size: 12.000001px; text-align: center;&quot;&gt;&lt;span style=&quot;text-wrap-mode: nowrap;&quot;&gt;&lt;font style=&quot;font-size: 11px;&quot;&gt;pinów&lt;/font&gt;&lt;/span&gt;&lt;/div&gt;&lt;div style=&quot;font-size: 12.000001px; text-align: center;&quot;&gt;&lt;span style=&quot;text-wrap-mode: nowrap;&quot;&gt;&lt;font style=&quot;font-size: 11px;&quot;&gt;&amp;nbsp;sterujących&amp;nbsp;&lt;/font&gt;&lt;/span&gt;&lt;/div&gt;&lt;div style=&quot;font-size: 12.000001px; text-align: center;&quot;&gt;&lt;span style=&quot;font-size: 11px; text-wrap-mode: nowrap;&quot;&gt;ESP32 -&amp;gt; A7670&lt;/span&gt;&lt;/div&gt;&lt;div&gt;&lt;span style=&quot;font-size: 11px; text-wrap-mode: nowrap;&quot;&gt;&lt;br&gt;&lt;/span&gt;&lt;/div&gt;" vertex="1">
          <mxGeometry height="80" width="97.17" x="20" y="10" as="geometry" />
        </mxCell>
        <mxCell id="zzqq1YDTvUKB0URQ00NY-77" parent="zzqq1YDTvUKB0URQ00NY-74" style="html=1;shadow=0;dashed=0;align=center;verticalAlign=middle;shape=mxgraph.arrows2.arrow;dy=0;dx=10;notch=10;" value="" vertex="1">
          <mxGeometry height="60" width="117.17391304347828" x="117.17391304347828" y="30" as="geometry" />
        </mxCell>
-         <mxCell id="zzqq1YDTvUKB0URQ00NY-78" parent="zzqq1YDTvUKB0URQ00NY-74" style="text;whiteSpace=wrap;html=1;" value="&lt;div style=&quot;text-align: center;&quot;&gt;&lt;span style=&quot;caret-color: rgb(0, 0, 0); text-wrap-mode: nowrap;&quot;&gt;&lt;font style=&quot;font-size: 11px;&quot;&gt;wyłączenie&lt;/font&gt;&lt;/span&gt;&lt;/div&gt;&lt;div style=&quot;text-align: center;&quot;&gt;&lt;span style=&quot;caret-color: rgb(0, 0, 0); text-wrap-mode: nowrap;&quot;&gt;&lt;font style=&quot;font-size: 11px;&quot;&gt;funkcyjne&lt;/font&gt;&lt;/span&gt;&lt;/div&gt;&lt;div style=&quot;text-align: center;&quot;&gt;&lt;font style=&quot;font-size: 11px;&quot;&gt;&lt;span style=&quot;text-wrap-mode: nowrap;&quot;&gt;(wyłączenie&amp;nbsp;&lt;/span&gt;&lt;span style=&quot;white-space: nowrap;&quot;&gt;przez&amp;nbsp;&lt;/span&gt;&lt;/font&gt;&lt;/div&gt;&lt;div style=&quot;text-align: center;&quot;&gt;&lt;span style=&quot;white-space: nowrap;&quot;&gt;&lt;font style=&quot;font-size: 10px;&quot;&gt;PWRKEY&lt;/font&gt;&lt;font style=&quot;font-size: 11px;&quot;&gt; przy awarii)&amp;nbsp;&lt;/font&gt;&lt;/span&gt;&lt;/div&gt;" vertex="1">
-           <mxGeometry height="70" width="135.65" x="120" y="25" as="geometry" />
+         <mxCell id="zzqq1YDTvUKB0URQ00NY-78" parent="zzqq1YDTvUKB0URQ00NY-74" style="text;whiteSpace=wrap;html=1;align=center;" value="&lt;div style=&quot;&quot;&gt;&lt;span style=&quot;caret-color: rgb(0, 0, 0); text-wrap-mode: nowrap;&quot;&gt;&lt;font style=&quot;font-size: 11px;&quot;&gt;wyłączenie&lt;/font&gt;&lt;/span&gt;&lt;/div&gt;&lt;div style=&quot;&quot;&gt;&lt;span style=&quot;caret-color: rgb(0, 0, 0); text-wrap-mode: nowrap;&quot;&gt;&lt;font style=&quot;font-size: 11px;&quot;&gt;funkcyjne&lt;/font&gt;&lt;/span&gt;&lt;/div&gt;&lt;div style=&quot;&quot;&gt;&lt;font style=&quot;font-size: 9px;&quot;&gt;&lt;span style=&quot;text-wrap-mode: nowrap;&quot;&gt;(wyłączenie&amp;nbsp;&lt;/span&gt;&lt;span style=&quot;white-space: nowrap;&quot;&gt;przez&amp;nbsp;&lt;/span&gt;&lt;/font&gt;&lt;/div&gt;&lt;div style=&quot;&quot;&gt;&lt;span style=&quot;white-space: nowrap;&quot;&gt;&lt;font style=&quot;font-size: 9px;&quot;&gt;&lt;font&gt;PWRKEY&lt;/font&gt;&lt;font&gt; przy awarii)&amp;nbsp;&lt;/font&gt;&lt;/font&gt;&lt;/span&gt;&lt;/div&gt;" vertex="1">
+           <mxGeometry height="70" width="120" x="120" y="25" as="geometry" />
        </mxCell>
        <mxCell id="zzqq1YDTvUKB0URQ00NY-79" parent="zzqq1YDTvUKB0URQ00NY-74" style="html=1;shadow=0;dashed=0;align=center;verticalAlign=middle;shape=mxgraph.arrows2.arrow;dy=0;dx=8.34;notch=10;" value="" vertex="1">
          <mxGeometry height="60" width="117.17391304347828" x="234.34782608695656" y="30" as="geometry" />
        </mxCell>
-         <mxCell id="zzqq1YDTvUKB0URQ00NY-80" parent="zzqq1YDTvUKB0URQ00NY-74" style="text;whiteSpace=wrap;html=1;align=center;fontSize=11;" value="&lt;span style=&quot;text-wrap-mode: nowrap;&quot;&gt;&lt;font&gt;test komunikacji&amp;nbsp;&lt;/font&gt;&lt;/span&gt;&lt;span style=&quot;white-space: nowrap;&quot;&gt;AT&lt;/span&gt;&lt;div&gt;&lt;font&gt;&lt;span style=&quot;white-space: nowrap;&quot;&gt;(wyłączenie&amp;nbsp;&lt;/span&gt;&lt;span style=&quot;white-space: nowrap;&quot;&gt;przez&amp;nbsp;&lt;/span&gt;&lt;/font&gt;&lt;/div&gt;&lt;div&gt;&lt;span style=&quot;white-space: nowrap;&quot;&gt;&lt;font&gt;&lt;font style=&quot;font-size: 10px;&quot;&gt;PWRKEY&lt;/font&gt;&lt;font&gt;&amp;nbsp;&lt;/font&gt;&lt;/font&gt;&lt;/span&gt;&lt;/div&gt;&lt;div&gt;&lt;span style=&quot;white-space: nowrap;&quot;&gt;&lt;font&gt;&lt;font&gt;przy awarii)&amp;nbsp;&lt;/font&gt;&lt;/font&gt;&lt;/span&gt;&lt;/div&gt;" vertex="1">
+         <mxCell id="zzqq1YDTvUKB0URQ00NY-80" parent="zzqq1YDTvUKB0URQ00NY-74" style="text;whiteSpace=wrap;html=1;align=center;fontSize=11;" value="&lt;span style=&quot;text-wrap-mode: nowrap;&quot;&gt;&lt;font&gt;test komunikacji&amp;nbsp;&lt;/font&gt;&lt;/span&gt;&lt;span style=&quot;white-space: nowrap;&quot;&gt;AT&lt;/span&gt;&lt;div&gt;&lt;font style=&quot;font-size: 9px;&quot;&gt;&lt;span style=&quot;white-space: nowrap;&quot;&gt;(wyłączenie&amp;nbsp;&lt;/span&gt;&lt;span style=&quot;white-space: nowrap;&quot;&gt;przez&amp;nbsp;&lt;/span&gt;&lt;/font&gt;&lt;/div&gt;&lt;div&gt;&lt;span style=&quot;white-space: nowrap;&quot;&gt;&lt;font style=&quot;font-size: 9px;&quot;&gt;&lt;font&gt;PWRKEY&lt;/font&gt;&lt;font&gt;&amp;nbsp;&lt;/font&gt;&lt;/font&gt;&lt;/span&gt;&lt;/div&gt;&lt;div&gt;&lt;span style=&quot;white-space: nowrap;&quot;&gt;&lt;font&gt;&lt;font style=&quot;font-size: 9px;&quot;&gt;przy awarii)&amp;nbsp;&lt;/font&gt;&lt;/font&gt;&lt;/span&gt;&lt;/div&gt;" vertex="1">
          <mxGeometry height="60" width="110" x="240" y="30" as="geometry" />
        </mxCell>
        <mxCell id="zzqq1YDTvUKB0URQ00NY-82" parent="zzqq1YDTvUKB0URQ00NY-133" style="text;whiteSpace=wrap;html=1;align=center;" value="&lt;div style=&quot;&quot;&gt;&lt;span style=&quot;&quot;&gt;&lt;b&gt;&lt;font style=&quot;font-size: 15px;&quot;&gt;Wyłączenie modemu&lt;/font&gt;&lt;/b&gt;&lt;/span&gt;&lt;br&gt;&lt;/div&gt;" vertex="1">
          <mxGeometry height="50" width="470" as="geometry" />
        </mxCell>
      </root>
    </mxGraphModel>
  </diagram>
</mxfile>
